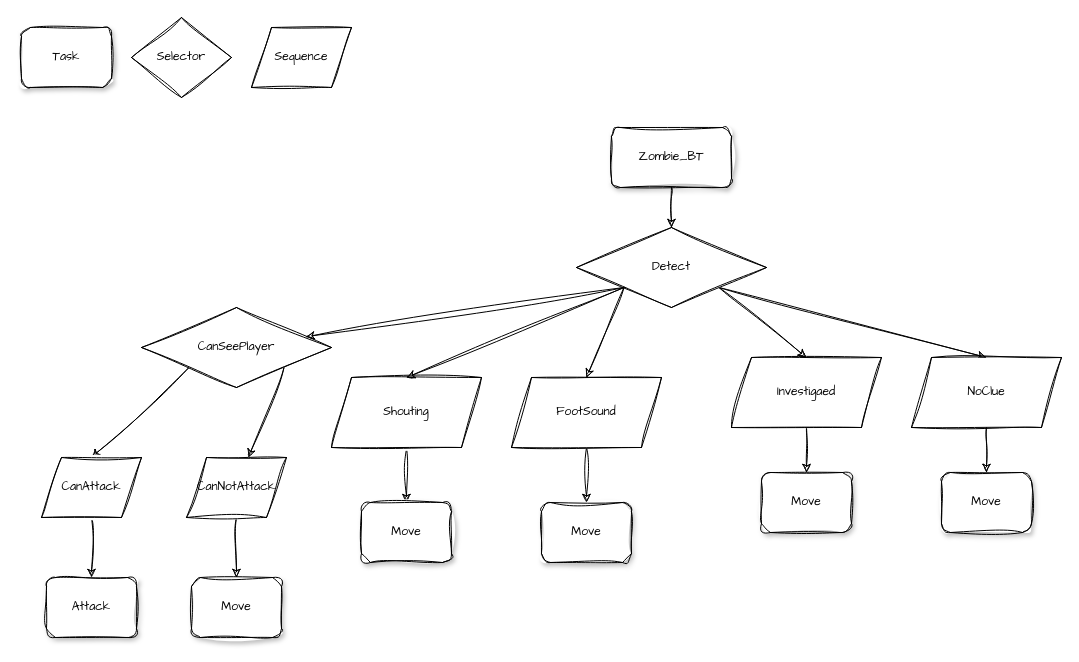
Before: JungSeungWon/기타/Zombie_BT.drawio in 2023gamedev/project, a draw.io diagram. Source tidied: cells renumbered, new cells numbered last; positions are measured from the earlier drawing's top-left corner, leaving out a move shared by most shapes. Both pictures are drawn from the tidied source at 100%, with x=0, y=0 at pixel (21, 17).
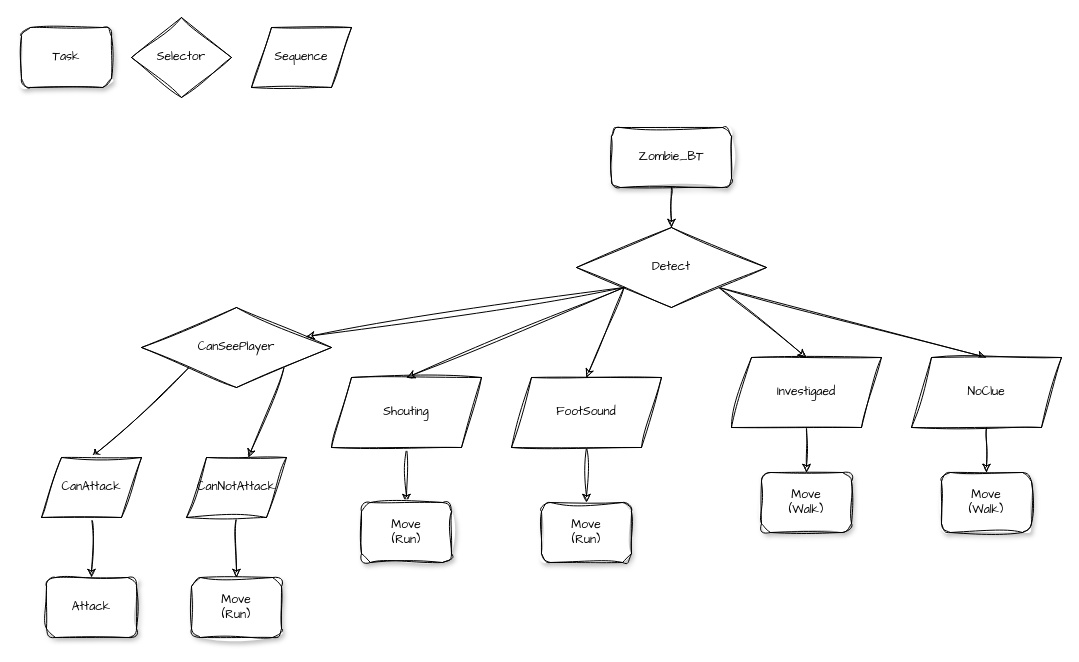
After the change.

What changed in the source:
```diff
@@
-    <mxCell id="29" value="&lt;div&gt;Move&lt;/div&gt;" style="whiteSpace=wrap;html=1;rounded=1;shadow=1;labelBackgroundColor=none;strokeWidth=1;fontFamily=Architects Daughter;fontSize=12;align=center;sketch=1;curveFitting=1;jiggle=2;" parent="1" vertex="1">
+    <mxCell id="29" value="&lt;div&gt;Move&lt;br&gt;(Run)&lt;/div&gt;" style="whiteSpace=wrap;html=1;rounded=1;shadow=1;labelBackgroundColor=none;strokeWidth=1;fontFamily=Architects Daughter;fontSize=12;align=center;sketch=1;curveFitting=1;jiggle=2;" parent="1" vertex="1">
       <mxGeometry x="170" y="560" width="90" height="60" as="geometry" />
     </mxCell>
-    <mxCell id="30" value="&lt;div&gt;Move&lt;/div&gt;" style="whiteSpace=wrap;html=1;rounded=1;shadow=1;labelBackgroundColor=none;strokeWidth=1;fontFamily=Architects Daughter;fontSize=12;align=center;sketch=1;curveFitting=1;jiggle=2;" parent="1" vertex="1">
+    <mxCell id="30" value="&lt;div&gt;Move&lt;br&gt;(Run)&lt;/div&gt;" style="whiteSpace=wrap;html=1;rounded=1;shadow=1;labelBackgroundColor=none;strokeWidth=1;fontFamily=Architects Daughter;fontSize=12;align=center;sketch=1;curveFitting=1;jiggle=2;" parent="1" vertex="1">
       <mxGeometry x="340" y="485" width="90" height="60" as="geometry" />
     </mxCell>
-    <mxCell id="31" value="&lt;div&gt;Move&lt;/div&gt;" style="whiteSpace=wrap;html=1;rounded=1;shadow=1;labelBackgroundColor=none;strokeWidth=1;fontFamily=Architects Daughter;fontSize=12;align=center;sketch=1;curveFitting=1;jiggle=2;" parent="1" vertex="1">
+    <mxCell id="31" value="&lt;div&gt;Move&lt;br&gt;(Run)&lt;/div&gt;" style="whiteSpace=wrap;html=1;rounded=1;shadow=1;labelBackgroundColor=none;strokeWidth=1;fontFamily=Architects Daughter;fontSize=12;align=center;sketch=1;curveFitting=1;jiggle=2;" parent="1" vertex="1">
       <mxGeometry x="520" y="485" width="90" height="60" as="geometry" />
     </mxCell>
-    <mxCell id="32" value="&lt;div&gt;Move&lt;/div&gt;" style="whiteSpace=wrap;html=1;rounded=1;shadow=1;labelBackgroundColor=none;strokeWidth=1;fontFamily=Architects Daughter;fontSize=12;align=center;sketch=1;curveFitting=1;jiggle=2;" parent="1" vertex="1">
+    <mxCell id="32" value="&lt;div&gt;Move&lt;br&gt;(Walk)&lt;/div&gt;" style="whiteSpace=wrap;html=1;rounded=1;shadow=1;labelBackgroundColor=none;strokeWidth=1;fontFamily=Architects Daughter;fontSize=12;align=center;sketch=1;curveFitting=1;jiggle=2;" parent="1" vertex="1">
       <mxGeometry x="740" y="455" width="90" height="60" as="geometry" />
     </mxCell>
-    <mxCell id="33" value="&lt;div&gt;Move&lt;/div&gt;" style="whiteSpace=wrap;html=1;rounded=1;shadow=1;labelBackgroundColor=none;strokeWidth=1;fontFamily=Architects Daughter;fontSize=12;align=center;sketch=1;curveFitting=1;jiggle=2;" parent="1" vertex="1">
+    <mxCell id="33" value="&lt;div&gt;Move&lt;br&gt;(Walk)&lt;/div&gt;" style="whiteSpace=wrap;html=1;rounded=1;shadow=1;labelBackgroundColor=none;strokeWidth=1;fontFamily=Architects Daughter;fontSize=12;align=center;sketch=1;curveFitting=1;jiggle=2;" parent="1" vertex="1">
       <mxGeometry x="920" y="455" width="90" height="60" as="geometry" />
     </mxCell>
```
